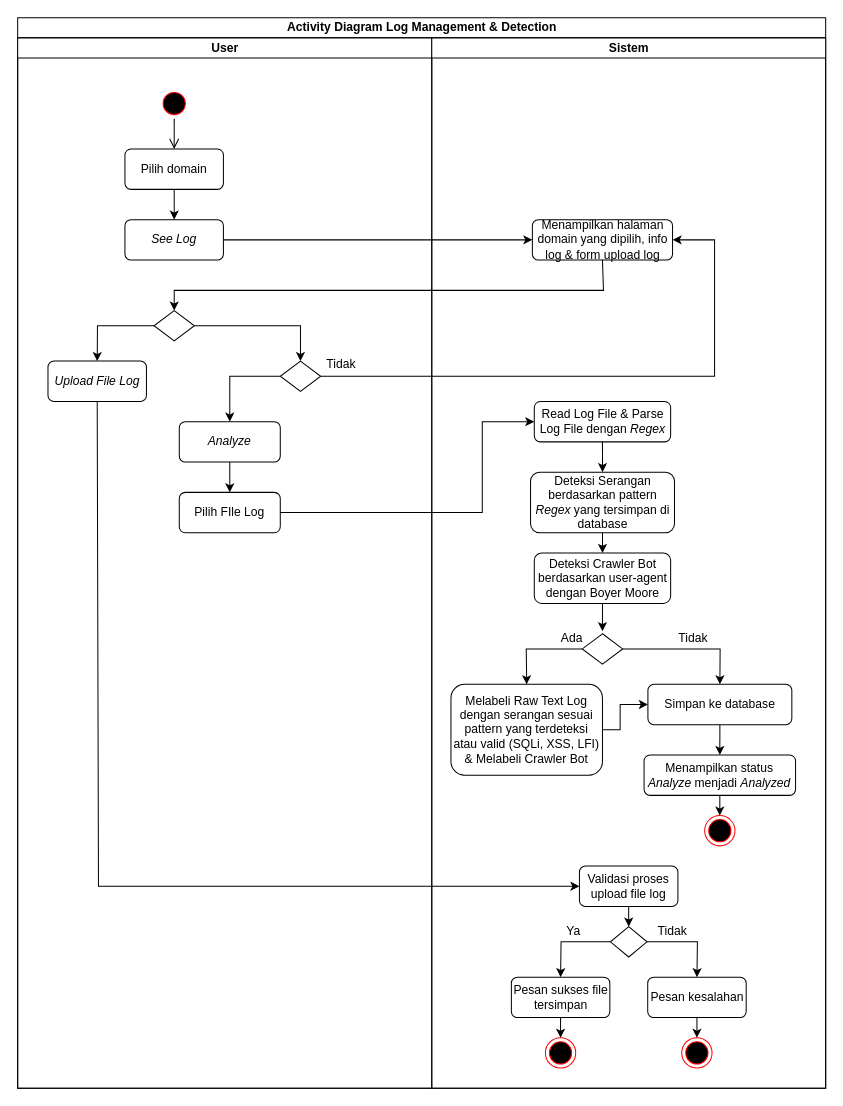
Before: page "Activity Diagram Log Management" (6 of 8) of Cara Kerja Aplikasi TA.drawio in zelsaddr/All-Diagrams, a draw.io diagram. Source tidied: cells renumbered, new cells numbered last; positions are measured from the earlier drawing's top-left corner, leaving out a move shared by most shapes. Both pictures are drawn from the tidied source at 101%, with x=0, y=0 at pixel (17, 17).
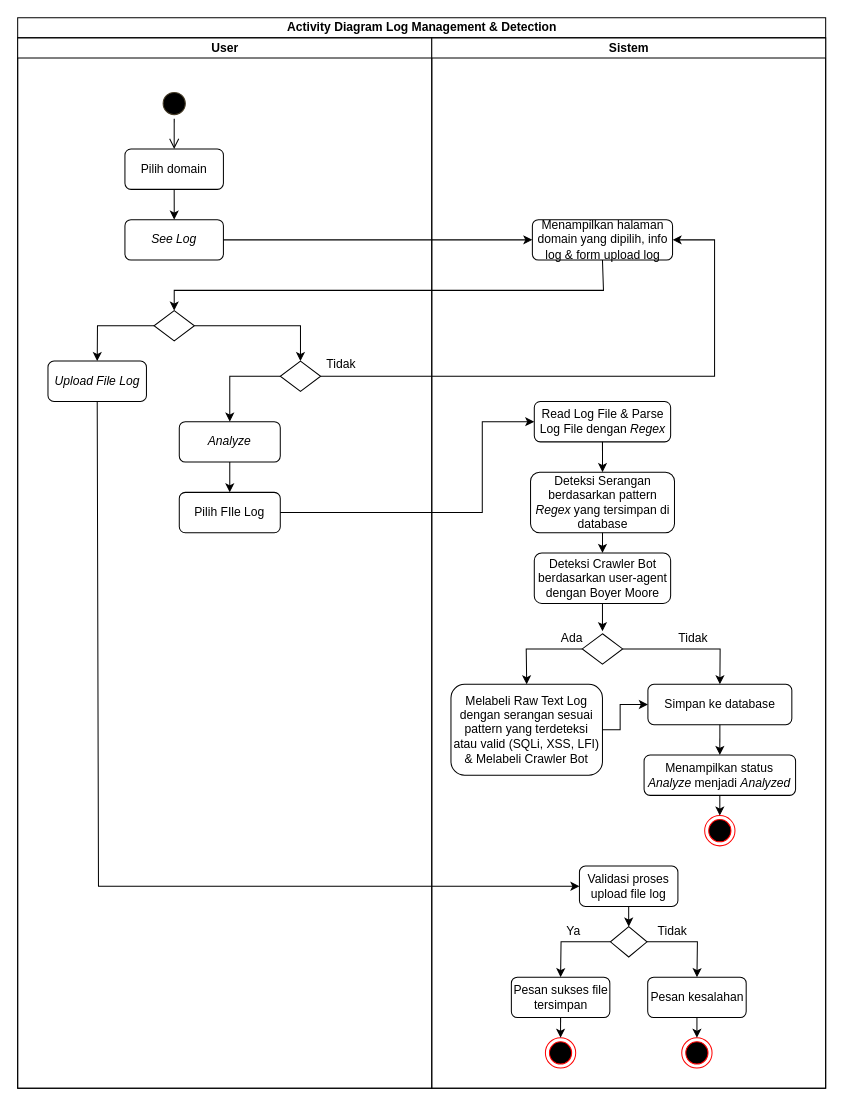
After the change.

Unchanged cells that the change refers to:
```xml
<mxCell id="3" value="User" style="swimlane;startSize=20;html=1;" parent="2" vertex="1">
  <mxGeometry y="20" width="410" height="1040" as="geometry" />
</mxCell>
```

The edit, as a diff of the source:
```diff
@@
-    <mxCell id="4" style="ellipse;html=1;shape=startState;fillColor=#000000;strokeColor=#ff0000;" parent="3" vertex="1">
+    <mxCell id="4" style="ellipse;html=1;shape=startState;fillColor=#000000;strokeColor=#473D28;" parent="3" vertex="1">
       <mxGeometry x="140" y="50" width="30" height="30" as="geometry" />
     </mxCell>
```
